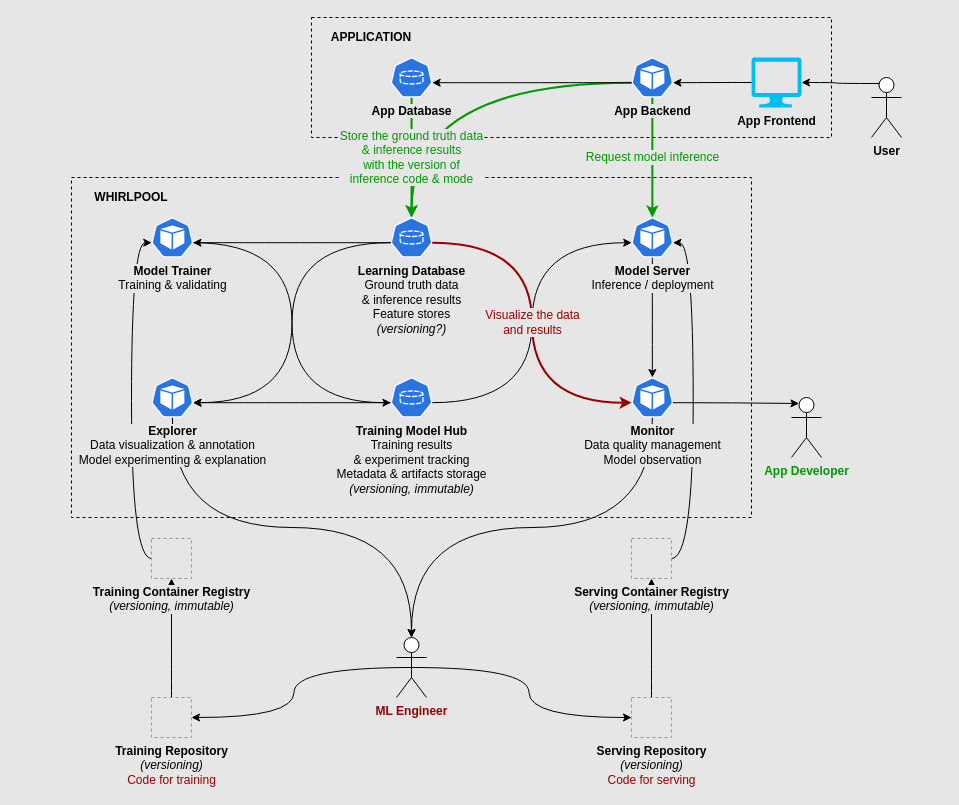
metalwhale/wave keeps this draw.io diagram as manifests/whirlpool/docs/system-design.drawio. Above is the earlier version. Source tidied: cells renumbered, new cells numbered last; positions are measured from the earlier drawing's top-left corner, leaving out a move shared by most shapes. Both pictures are drawn from the tidied source at 100%, with x=0, y=0 at pixel (71, 17). Pictures stored in the file or linked from it are replaced by grey dashed boxes.
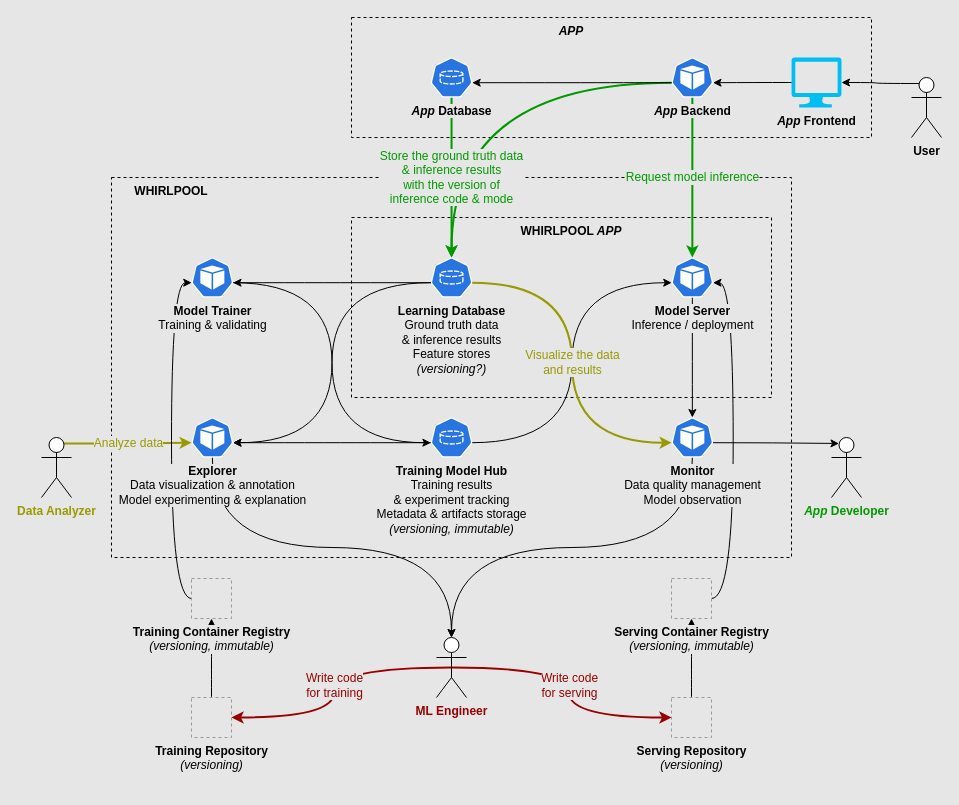
After the change.

Change to the diagram source:
```diff
@@
     <mxCell id="2" style="rounded=0;whiteSpace=wrap;html=1;fillColor=none;dashed=1;labelPosition=center;verticalLabelPosition=middle;align=center;verticalAlign=middle;" parent="1" vertex="1">
-      <mxGeometry y="160" width="680" height="340" as="geometry" />
+      <mxGeometry x="40" y="160" width="680" height="380" as="geometry" />
     </mxCell>
+    <mxCell id="45" value="Analyze data" style="edgeStyle=orthogonalEdgeStyle;rounded=0;jettySize=auto;html=1;entryX=0.005;entryY=0.63;entryDx=0;entryDy=0;entryPerimeter=0;curved=1;fontSize=12;labelBackgroundColor=#E6E6E6;fontColor=#999900;strokeColor=#999900;strokeWidth=2;exitX=0.75;exitY=0.1;exitDx=0;exitDy=0;exitPerimeter=0;" parent="1" edge="1" source="48" target="36">
+      <mxGeometry relative="1" as="geometry" />
+    </mxCell>
+    <mxCell id="46" style="rounded=0;whiteSpace=wrap;html=1;fillColor=none;dashed=1;labelPosition=center;verticalLabelPosition=middle;align=center;verticalAlign=middle;" parent="1" vertex="1">
+      <mxGeometry x="280" y="200" width="420" height="180" as="geometry" />
+    </mxCell>
@@
-    <mxCell id="5" style="edgeStyle=orthogonalEdgeStyle;rounded=0;jettySize=auto;html=1;entryX=0;entryY=0.5;entryDx=0;entryDy=0;curved=1;exitX=0.5;exitY=0.5;exitDx=0;exitDy=0;exitPerimeter=0;" parent="1" edge="1" source="38" target="42">
+    <mxCell id="5" value="Write code&lt;br style=&quot;font-size: 12px;&quot;&gt;for serving" style="edgeStyle=orthogonalEdgeStyle;rounded=0;jettySize=auto;html=1;entryX=0;entryY=0.5;entryDx=0;entryDy=0;curved=1;exitX=0.5;exitY=0.5;exitDx=0;exitDy=0;exitPerimeter=0;strokeWidth=2;strokeColor=#990000;fontSize=12;labelBackgroundColor=#E6E6E6;fontColor=#990000;" parent="1" edge="1" source="38" target="42">
       <mxGeometry relative="1" as="geometry" />
     </mxCell>
@@
-    <mxCell id="8" style="edgeStyle=orthogonalEdgeStyle;rounded=0;jettySize=auto;html=1;entryX=1;entryY=0.5;entryDx=0;entryDy=0;curved=1;exitX=0.5;exitY=0.5;exitDx=0;exitDy=0;exitPerimeter=0;" parent="1" edge="1" source="38" target="41">
+    <mxCell id="8" value="Write code&lt;br&gt;for training" style="edgeStyle=orthogonalEdgeStyle;rounded=0;jettySize=auto;html=1;entryX=1;entryY=0.5;entryDx=0;entryDy=0;curved=1;exitX=0.5;exitY=0.5;exitDx=0;exitDy=0;exitPerimeter=0;labelBackgroundColor=#E6E6E6;fontSize=12;fontColor=#990000;strokeColor=#990000;strokeWidth=2;" parent="1" edge="1" source="38" target="41">
       <mxGeometry relative="1" as="geometry" />
     </mxCell>
@@
     <mxCell id="10" style="rounded=0;whiteSpace=wrap;html=1;fillColor=none;dashed=1;labelPosition=center;verticalLabelPosition=middle;align=center;verticalAlign=middle;" parent="1" vertex="1">
-      <mxGeometry x="240" width="520" height="120" as="geometry" />
+      <mxGeometry x="280" width="520" height="120" as="geometry" />
     </mxCell>
@@
-    <mxCell id="19" value="&lt;font style=&quot;font-size: 12px;&quot;&gt;Visualize the data&lt;br&gt;and results&lt;/font&gt;" style="edgeStyle=orthogonalEdgeStyle;rounded=0;jettySize=auto;html=1;exitX=0.995;exitY=0.63;exitDx=0;exitDy=0;exitPerimeter=0;entryX=0.005;entryY=0.63;entryDx=0;entryDy=0;entryPerimeter=0;curved=1;strokeWidth=2;strokeColor=#990000;fontColor=#990000;labelBackgroundColor=#E6E6E6;" parent="1" edge="1" source="23" target="32">
+    <mxCell id="19" value="&lt;font style=&quot;font-size: 12px;&quot;&gt;Visualize the data&lt;br&gt;and results&lt;/font&gt;" style="edgeStyle=orthogonalEdgeStyle;rounded=0;jettySize=auto;html=1;exitX=0.995;exitY=0.63;exitDx=0;exitDy=0;exitPerimeter=0;entryX=0.005;entryY=0.63;entryDx=0;entryDy=0;entryPerimeter=0;curved=1;strokeWidth=2;strokeColor=#999900;fontColor=#999900;labelBackgroundColor=#E6E6E6;" parent="1" edge="1" source="23" target="32">
       <mxGeometry relative="1" as="geometry" />
     </mxCell>
@@
-    <mxCell id="22" value="&lt;b&gt;App Database&lt;/b&gt;" style="sketch=0;html=1;dashed=0;whitespace=wrap;fillColor=#2875E2;strokeColor=#ffffff;points=[[0.005,0.63,0],[0.1,0.2,0],[0.9,0.2,0],[0.5,0,0],[0.995,0.63,0],[0.72,0.99,0],[0.5,1,0],[0.28,0.99,0]];shape=mxgraph.kubernetes.icon2;prIcon=pvc;labelPosition=center;verticalLabelPosition=bottom;align=center;verticalAlign=top;labelBackgroundColor=#E6E6E6;" parent="1" vertex="1">
-      <mxGeometry x="319.2" y="40" width="41.7" height="40" as="geometry" />
+    <mxCell id="22" value="&lt;b&gt;&lt;i&gt;App&lt;/i&gt; Database&lt;/b&gt;" style="sketch=0;html=1;dashed=0;whitespace=wrap;fillColor=#2875E2;strokeColor=#ffffff;points=[[0.005,0.63,0],[0.1,0.2,0],[0.9,0.2,0],[0.5,0,0],[0.995,0.63,0],[0.72,0.99,0],[0.5,1,0],[0.28,0.99,0]];shape=mxgraph.kubernetes.icon2;prIcon=pvc;labelPosition=center;verticalLabelPosition=bottom;align=center;verticalAlign=top;labelBackgroundColor=#E6E6E6;" parent="1" vertex="1">
+      <mxGeometry x="359.2" y="40" width="41.7" height="40" as="geometry" />
     </mxCell>
     <mxCell id="23" value="&lt;b&gt;Learning Database&lt;/b&gt;&lt;br&gt;Ground truth data&lt;br&gt;&amp;amp; inference results&lt;br&gt;Feature stores&lt;br&gt;&lt;i&gt;(versioning?)&lt;/i&gt;" style="sketch=0;html=1;dashed=0;whitespace=wrap;fillColor=#2875E2;strokeColor=#ffffff;points=[[0.005,0.63,0],[0.1,0.2,0],[0.9,0.2,0],[0.5,0,0],[0.995,0.63,0],[0.72,0.99,0],[0.5,1,0],[0.28,0.99,0]];shape=mxgraph.kubernetes.icon2;prIcon=pvc;labelPosition=center;verticalLabelPosition=bottom;align=center;verticalAlign=top;labelBackgroundColor=#E6E6E6;" parent="1" vertex="1">
-      <mxGeometry x="319.2" y="200" width="41.7" height="40" as="geometry" />
+      <mxGeometry x="359.2" y="240" width="41.7" height="40" as="geometry" />
     </mxCell>
-    <mxCell id="24" value="&lt;b&gt;App Backend&lt;/b&gt;" style="sketch=0;html=1;dashed=0;whitespace=wrap;fillColor=#2875E2;strokeColor=#ffffff;points=[[0.005,0.63,0],[0.1,0.2,0],[0.9,0.2,0],[0.5,0,0],[0.995,0.63,0],[0.72,0.99,0],[0.5,1,0],[0.28,0.99,0]];shape=mxgraph.kubernetes.icon2;prIcon=pod;labelBackgroundColor=#E6E6E6;labelPosition=center;verticalLabelPosition=bottom;align=center;verticalAlign=top;" parent="1" vertex="1">
-      <mxGeometry x="560" y="40" width="41.7" height="40" as="geometry" />
+    <mxCell id="24" value="&lt;b&gt;&lt;i&gt;App&lt;/i&gt; Backend&lt;/b&gt;" style="sketch=0;html=1;dashed=0;whitespace=wrap;fillColor=#2875E2;strokeColor=#ffffff;points=[[0.005,0.63,0],[0.1,0.2,0],[0.9,0.2,0],[0.5,0,0],[0.995,0.63,0],[0.72,0.99,0],[0.5,1,0],[0.28,0.99,0]];shape=mxgraph.kubernetes.icon2;prIcon=pod;labelBackgroundColor=#E6E6E6;labelPosition=center;verticalLabelPosition=bottom;align=center;verticalAlign=top;" parent="1" vertex="1">
+      <mxGeometry x="600" y="40" width="41.7" height="40" as="geometry" />
     </mxCell>
-    <mxCell id="25" value="&lt;b&gt;App Frontend&lt;/b&gt;" style="verticalLabelPosition=bottom;html=1;verticalAlign=top;align=center;strokeColor=none;fillColor=#00BEF2;shape=mxgraph.azure.computer;labelBackgroundColor=#E6E6E6;" parent="1" vertex="1">
-      <mxGeometry x="680" y="40" width="50" height="50" as="geometry" />
+    <mxCell id="25" value="&lt;b&gt;&lt;i&gt;App&lt;/i&gt; Frontend&lt;/b&gt;" style="verticalLabelPosition=bottom;html=1;verticalAlign=top;align=center;strokeColor=none;fillColor=#00BEF2;shape=mxgraph.azure.computer;labelBackgroundColor=#E6E6E6;" parent="1" vertex="1">
+      <mxGeometry x="720" y="40" width="50" height="50" as="geometry" />
     </mxCell>
     <mxCell id="26" value="&lt;b&gt;Model Server&lt;/b&gt;&lt;br&gt;Inference / deployment" style="sketch=0;html=1;dashed=0;whitespace=wrap;fillColor=#2875E2;strokeColor=#ffffff;points=[[0.005,0.63,0],[0.1,0.2,0],[0.9,0.2,0],[0.5,0,0],[0.995,0.63,0],[0.72,0.99,0],[0.5,1,0],[0.28,0.99,0]];shape=mxgraph.kubernetes.icon2;prIcon=pod;labelBackgroundColor=#E6E6E6;labelPosition=center;verticalLabelPosition=bottom;align=center;verticalAlign=top;" parent="1" vertex="1">
-      <mxGeometry x="560" y="200" width="41.7" height="40" as="geometry" />
+      <mxGeometry x="600" y="240" width="41.7" height="40" as="geometry" />
     </mxCell>
@@
     <mxCell id="30" value="&lt;b&gt;User&lt;/b&gt;" style="shape=umlActor;verticalLabelPosition=bottom;verticalAlign=top;html=1;outlineConnect=0;" parent="1" vertex="1">
-      <mxGeometry x="800" y="60" width="30" height="60" as="geometry" />
+      <mxGeometry x="840" y="60" width="30" height="60" as="geometry" />
     </mxCell>
@@
     <mxCell id="32" value="&lt;b&gt;Monitor&lt;/b&gt;&lt;br&gt;Data quality management&lt;br&gt;Model observation" style="sketch=0;html=1;dashed=0;whitespace=wrap;fillColor=#2875E2;strokeColor=#ffffff;points=[[0.005,0.63,0],[0.1,0.2,0],[0.9,0.2,0],[0.5,0,0],[0.995,0.63,0],[0.72,0.99,0],[0.5,1,0],[0.28,0.99,0]];shape=mxgraph.kubernetes.icon2;prIcon=pod;labelBackgroundColor=#E6E6E6;labelPosition=center;verticalLabelPosition=bottom;align=center;verticalAlign=top;" parent="1" vertex="1">
-      <mxGeometry x="560" y="360" width="41.7" height="40" as="geometry" />
+      <mxGeometry x="600" y="400" width="41.7" height="40" as="geometry" />
     </mxCell>
-    <mxCell id="33" value="&lt;b&gt;&lt;font color=&quot;#009900&quot;&gt;App Developer&lt;/font&gt;&lt;br&gt;&lt;/b&gt;" style="shape=umlActor;verticalLabelPosition=bottom;verticalAlign=top;html=1;outlineConnect=0;" parent="1" vertex="1">
-      <mxGeometry x="720" y="380" width="30" height="60" as="geometry" />
+    <mxCell id="33" value="&lt;b&gt;&lt;font color=&quot;#009900&quot;&gt;&lt;i&gt;App&lt;/i&gt; Developer&lt;/font&gt;&lt;br&gt;&lt;/b&gt;" style="shape=umlActor;verticalLabelPosition=bottom;verticalAlign=top;html=1;outlineConnect=0;" parent="1" vertex="1">
+      <mxGeometry x="760" y="420" width="30" height="60" as="geometry" />
     </mxCell>
-    <mxCell id="34" value="APPLICATION" style="text;html=1;strokeColor=none;fillColor=none;align=center;verticalAlign=middle;whiteSpace=wrap;rounded=0;fontStyle=1;spacing=2;" parent="1" vertex="1">
-      <mxGeometry x="240" width="120" height="40" as="geometry" />
+    <mxCell id="34" value="&lt;i&gt;APP&lt;/i&gt;" style="text;html=1;strokeColor=none;fillColor=none;align=center;verticalAlign=top;whiteSpace=wrap;rounded=0;fontStyle=1;spacing=2;" parent="1" vertex="1">
+      <mxGeometry x="440" width="120" height="40" as="geometry" />
     </mxCell>
     <mxCell id="35" value="&lt;b&gt;Training Model Hub&lt;br&gt;&lt;/b&gt;Training results&lt;br&gt;&amp;amp; experiment tracking&lt;br style=&quot;border-color: var(--border-color);&quot;&gt;Metadata &amp;amp; artifacts storage&lt;br&gt;&lt;i&gt;(versioning, immutable)&lt;/i&gt;" style="sketch=0;html=1;dashed=0;whitespace=wrap;fillColor=#2875E2;strokeColor=#ffffff;points=[[0.005,0.63,0],[0.1,0.2,0],[0.9,0.2,0],[0.5,0,0],[0.995,0.63,0],[0.72,0.99,0],[0.5,1,0],[0.28,0.99,0]];shape=mxgraph.kubernetes.icon2;prIcon=pvc;labelPosition=center;verticalLabelPosition=bottom;align=center;verticalAlign=top;labelBackgroundColor=#E6E6E6;" parent="1" vertex="1">
-      <mxGeometry x="319.2" y="360" width="41.7" height="40" as="geometry" />
+      <mxGeometry x="359.2" y="400" width="41.7" height="40" as="geometry" />
     </mxCell>
     <mxCell id="36" value="&lt;b&gt;Explorer&lt;/b&gt;&lt;br&gt;Data visualization &amp;amp; annotation&lt;br&gt;Model experimenting &amp;amp; explanation" style="sketch=0;html=1;dashed=0;whitespace=wrap;fillColor=#2875E2;strokeColor=#ffffff;points=[[0.005,0.63,0],[0.1,0.2,0],[0.9,0.2,0],[0.5,0,0],[0.995,0.63,0],[0.72,0.99,0],[0.5,1,0],[0.28,0.99,0]];shape=mxgraph.kubernetes.icon2;prIcon=pod;labelBackgroundColor=#E6E6E6;labelPosition=center;verticalLabelPosition=bottom;align=center;verticalAlign=top;" parent="1" vertex="1">
-      <mxGeometry x="80" y="360" width="41.7" height="40" as="geometry" />
+      <mxGeometry x="120" y="400" width="41.7" height="40" as="geometry" />
     </mxCell>
@@
     <mxCell id="38" value="&lt;b&gt;&lt;font color=&quot;#990000&quot;&gt;ML Engineer&lt;/font&gt;&lt;/b&gt;" style="shape=umlActor;verticalLabelPosition=bottom;verticalAlign=top;html=1;outlineConnect=0;labelBackgroundColor=#E6E6E6;" parent="1" vertex="1">
-      <mxGeometry x="325" y="620" width="30" height="60" as="geometry" />
+      <mxGeometry x="365" y="620" width="30" height="60" as="geometry" />
     </mxCell>
-    <mxCell id="39" value="WHIRLPOOL" style="text;html=1;strokeColor=none;fillColor=none;align=center;verticalAlign=middle;whiteSpace=wrap;rounded=0;fontStyle=1;spacing=2;" parent="1" vertex="1">
-      <mxGeometry y="160" width="120" height="40" as="geometry" />
+    <mxCell id="39" value="WHIRLPOOL" style="text;html=1;strokeColor=none;fillColor=none;align=center;verticalAlign=top;whiteSpace=wrap;rounded=0;fontStyle=1;spacing=2;" parent="1" vertex="1">
+      <mxGeometry x="40" y="160" width="120" height="40" as="geometry" />
     </mxCell>
     <mxCell id="40" value="&lt;b&gt;Model Trainer&lt;/b&gt;&lt;br&gt;Training &amp;amp; validating" style="sketch=0;html=1;dashed=0;whitespace=wrap;fillColor=#2875E2;strokeColor=#ffffff;points=[[0.005,0.63,0],[0.1,0.2,0],[0.9,0.2,0],[0.5,0,0],[0.995,0.63,0],[0.72,0.99,0],[0.5,1,0],[0.28,0.99,0]];shape=mxgraph.kubernetes.icon2;prIcon=pod;labelBackgroundColor=#E6E6E6;labelPosition=center;verticalLabelPosition=bottom;align=center;verticalAlign=top;" parent="1" vertex="1">
-      <mxGeometry x="80" y="200" width="41.7" height="40" as="geometry" />
+      <mxGeometry x="120" y="240" width="41.7" height="40" as="geometry" />
     </mxCell>
-    <mxCell id="41" value="&lt;b&gt;Training Repository&lt;/b&gt;&lt;br&gt;&lt;i&gt;(versioning)&lt;/i&gt;&lt;br&gt;&lt;font style=&quot;&quot; color=&quot;#990000&quot;&gt;Code for training&lt;/font&gt;" style="fillColor=#E6E6E6;strokeColor=#999999;dashed=1;html=1;verticalAlign=top;verticalLabelPosition=bottom;labelBackgroundColor=#E6E6E6;" parent="1" vertex="1">
-      <mxGeometry x="80" y="680" width="40" height="40" as="geometry" />
+    <mxCell id="41" value="&lt;b&gt;Training Repository&lt;/b&gt;&lt;br&gt;&lt;i&gt;(versioning)&lt;/i&gt;" style="fillColor=#E6E6E6;strokeColor=#999999;dashed=1;html=1;verticalAlign=top;verticalLabelPosition=bottom;labelBackgroundColor=#E6E6E6;" parent="1" vertex="1">
+      <mxGeometry x="120" y="680" width="40" height="40" as="geometry" />
     </mxCell>
-    <mxCell id="42" value="&lt;b&gt;Serving Repository&lt;br&gt;&lt;/b&gt;&lt;i&gt;(versioning)&lt;/i&gt;&lt;br&gt;&lt;font style=&quot;&quot; color=&quot;#990000&quot;&gt;Code for serving&lt;br&gt;&lt;/font&gt;" style="fillColor=#E6E6E6;strokeColor=#999999;dashed=1;html=1;verticalAlign=top;verticalLabelPosition=bottom;labelBackgroundColor=#E6E6E6;" parent="1" vertex="1">
-      <mxGeometry x="560" y="680" width="40" height="40" as="geometry" />
+    <mxCell id="42" value="&lt;b&gt;Serving Repository&lt;br&gt;&lt;/b&gt;&lt;i&gt;(versioning)&lt;/i&gt;&lt;font style=&quot;&quot; color=&quot;#990000&quot;&gt;&lt;br&gt;&lt;/font&gt;" style="fillColor=#E6E6E6;strokeColor=#999999;dashed=1;html=1;verticalAlign=top;verticalLabelPosition=bottom;labelBackgroundColor=#E6E6E6;" parent="1" vertex="1">
+      <mxGeometry x="600" y="680" width="40" height="40" as="geometry" />
     </mxCell>
     <mxCell id="43" value="&lt;b&gt;Serving Container Registry&lt;/b&gt;&lt;br&gt;&lt;i&gt;(versioning, immutable)&lt;/i&gt;" style="fillColor=#E6E6E6;strokeColor=#999999;dashed=1;html=1;verticalAlign=top;verticalLabelPosition=bottom;labelBackgroundColor=#E6E6E6;" parent="1" vertex="1">
-      <mxGeometry x="560" y="521" width="40" height="40" as="geometry" />
+      <mxGeometry x="600" y="561" width="40" height="40" as="geometry" />
     </mxCell>
     <mxCell id="44" value="&lt;b&gt;Training Container Registry&lt;/b&gt;&lt;br&gt;&lt;i&gt;(versioning, immutable)&lt;/i&gt;" style="fillColor=#E6E6E6;strokeColor=#999999;dashed=1;html=1;verticalAlign=top;verticalLabelPosition=bottom;labelBackgroundColor=#E6E6E6;" parent="1" vertex="1">
-      <mxGeometry x="80" y="521" width="40" height="40" as="geometry" />
+      <mxGeometry x="120" y="561" width="40" height="40" as="geometry" />
     </mxCell>
+    <mxCell id="47" value="WHIRLPOOL&lt;i&gt; APP&lt;/i&gt;" style="text;html=1;strokeColor=none;fillColor=none;align=center;verticalAlign=top;whiteSpace=wrap;rounded=0;fontStyle=1;spacing=2;" parent="1" vertex="1">
+      <mxGeometry x="440" y="200" width="120" height="40" as="geometry" />
+    </mxCell>
+    <mxCell id="48" value="&lt;b&gt;&lt;font&gt;Data Analyzer&lt;/font&gt;&lt;br&gt;&lt;/b&gt;" style="shape=umlActor;verticalLabelPosition=bottom;verticalAlign=top;html=1;outlineConnect=0;fontColor=#999900;" parent="1" vertex="1">
+      <mxGeometry x="-30" y="420" width="30" height="60" as="geometry" />
+    </mxCell>
```
